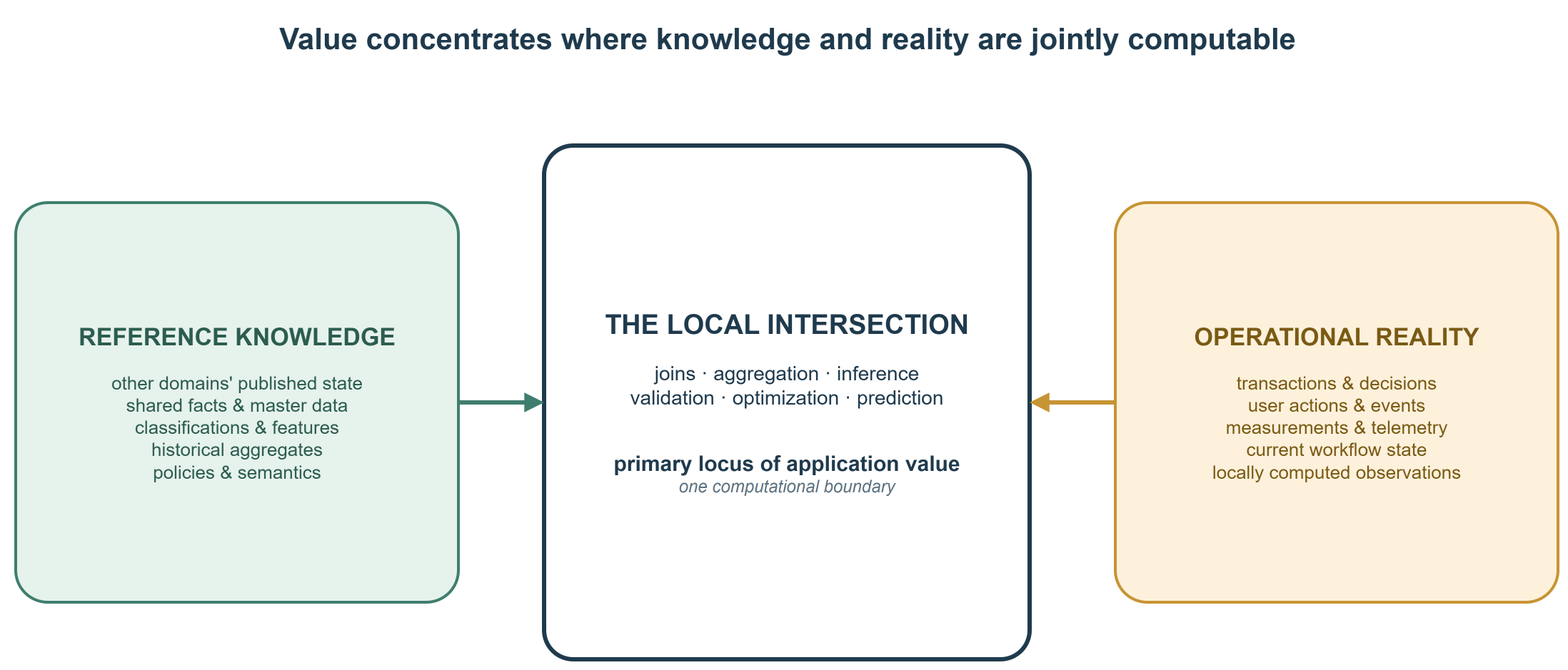
Before: content/posts/freshness-isnt-the-only-axis/local-intersection.drawio.png, a diagram exported from draw.io (AlexeyEvlampiev/alexeyevlampiev.github.io). Source tidied: cells renumbered, new cells last; positions are measured from the earlier drawing's top-left corner, leaving out a move shared by most shapes.
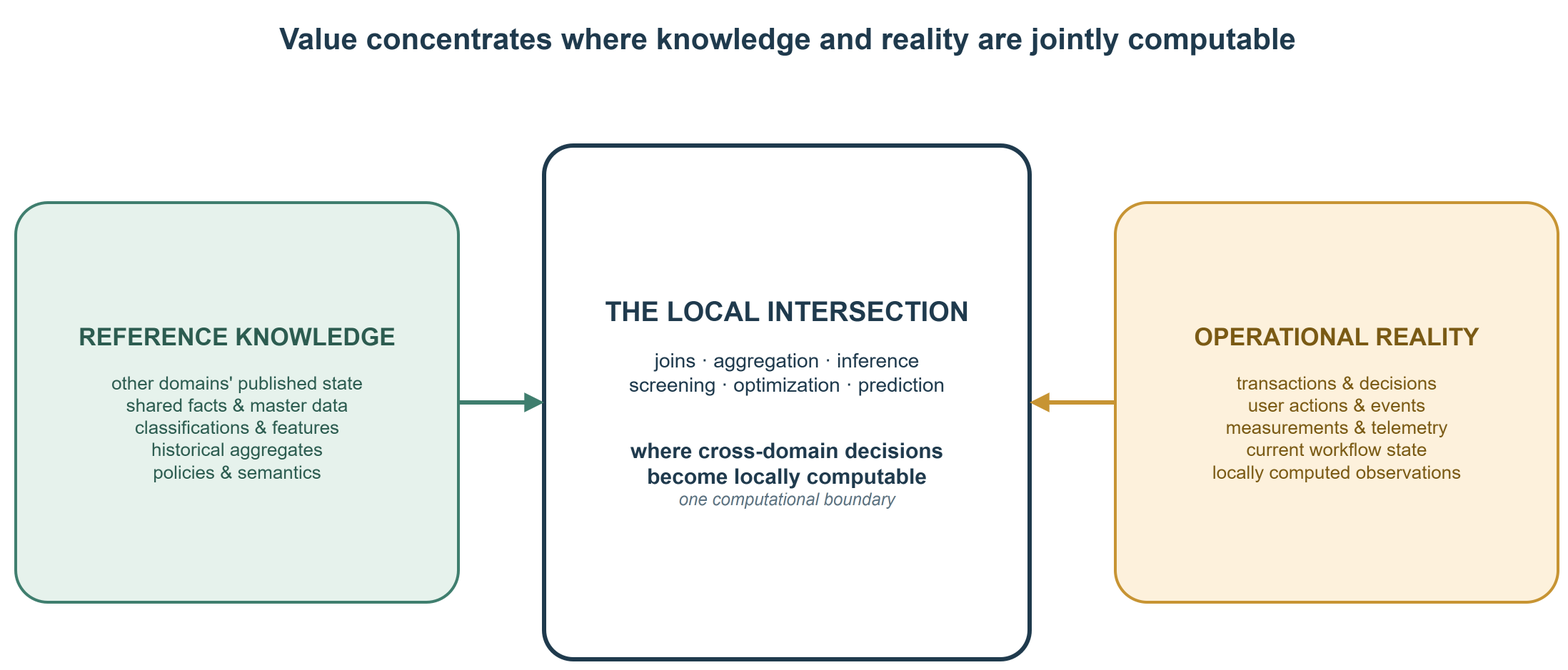
Above is the later version.

Change to the diagram source:
```diff
@@ -11,7 +11,7 @@
     <mxCell id="4" value="&lt;font style=&quot;font-size:17px&quot;&gt;&lt;b&gt;OPERATIONAL REALITY&lt;/b&gt;&lt;/font&gt;&lt;br&gt;&lt;br&gt;&lt;font style=&quot;font-size:13px&quot;&gt;transactions &amp;amp; decisions&lt;br&gt;user actions &amp;amp; events&lt;br&gt;measurements &amp;amp; telemetry&lt;br&gt;current workflow state&lt;br&gt;locally computed observations&lt;/font&gt;" style="rounded=1;whiteSpace=wrap;html=1;fillColor=#fdf1dc;strokeColor=#c79433;strokeWidth=2;fontColor=#7a5a14;arcSize=8;verticalAlign=middle;" parent="1" vertex="1">
       <mxGeometry x="770" y="132" width="310" height="280" as="geometry" />
     </mxCell>
-    <mxCell id="5" value="&lt;font style=&quot;font-size:19px&quot;&gt;&lt;b&gt;THE LOCAL INTERSECTION&lt;/b&gt;&lt;/font&gt;&lt;br&gt;&lt;br&gt;&lt;font style=&quot;font-size:14px&quot;&gt;joins &amp;#183; aggregation &amp;#183; inference&lt;br&gt;validation &amp;#183; optimization &amp;#183; prediction&lt;/font&gt;&lt;br&gt;&lt;br&gt;&lt;br&gt;&lt;font style=&quot;font-size:15px&quot; color=&quot;#1f3a4d&quot;&gt;&lt;b&gt;primary locus of application value&lt;/b&gt;&lt;/font&gt;&lt;br&gt;&lt;font style=&quot;font-size:12px&quot; color=&quot;#5b7282&quot;&gt;&lt;i&gt;one computational boundary&lt;/i&gt;&lt;/font&gt;" style="rounded=1;whiteSpace=wrap;html=1;fillColor=#ffffff;strokeColor=#1f3a4d;strokeWidth=3;fontColor=#1f3a4d;arcSize=6;verticalAlign=middle;" parent="1" vertex="1">
+    <mxCell id="5" value="&lt;font style=&quot;font-size:19px&quot;&gt;&lt;b&gt;THE LOCAL INTERSECTION&lt;/b&gt;&lt;/font&gt;&lt;br&gt;&lt;br&gt;&lt;font style=&quot;font-size:14px&quot;&gt;joins &amp;#183; aggregation &amp;#183; inference&lt;br&gt;screening &amp;#183; optimization &amp;#183; prediction&lt;/font&gt;&lt;br&gt;&lt;br&gt;&lt;br&gt;&lt;font style=&quot;font-size:15px&quot; color=&quot;#1f3a4d&quot;&gt;&lt;b&gt;where cross-domain decisions&lt;br&gt;become locally computable&lt;/b&gt;&lt;/font&gt;&lt;br&gt;&lt;font style=&quot;font-size:12px&quot; color=&quot;#5b7282&quot;&gt;&lt;i&gt;one computational boundary&lt;/i&gt;&lt;/font&gt;" style="rounded=1;whiteSpace=wrap;html=1;fillColor=#ffffff;strokeColor=#1f3a4d;strokeWidth=3;fontColor=#1f3a4d;arcSize=6;verticalAlign=middle;" parent="1" vertex="1">
       <mxGeometry x="370" y="92" width="340" height="360" as="geometry" />
     </mxCell>
     <mxCell id="6" style="endArrow=block;html=1;strokeColor=#3f7e6e;strokeWidth=3;exitX=1;exitY=0.5;exitDx=0;exitDy=0;entryX=0;entryY=0.5;entryDx=0;entryDy=0;" parent="1" edge="1" source="3" target="5">
```
